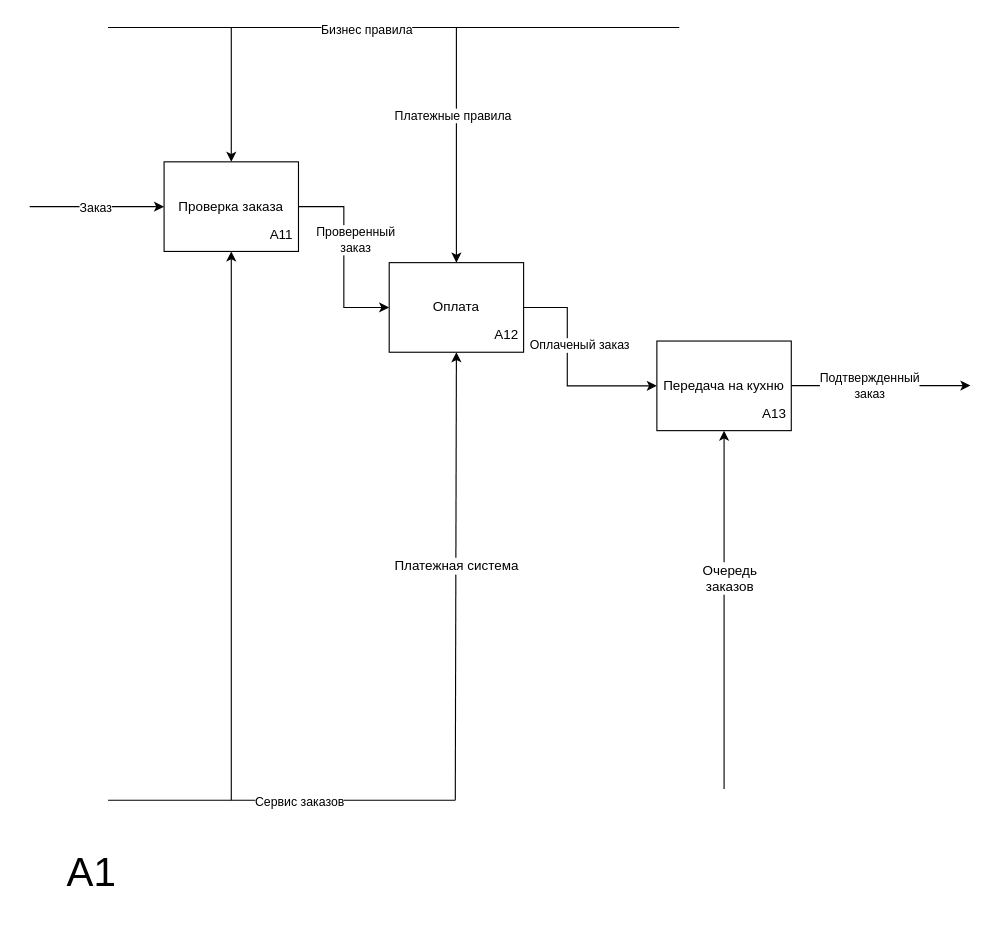
Above: page "Диаграмма декомпозиции А1" (3 of 5) of Диаграмма доставка.drawio in LEOVBOX/idef0_mobile_app (draw.io), before the change. Source tidied: cells renumbered, new cells numbered last; positions are measured from the earlier drawing's top-left corner, leaving out a move shared by most shapes. Both pictures are drawn from the tidied source at 112%, with x=0, y=0 at pixel (19, 27).
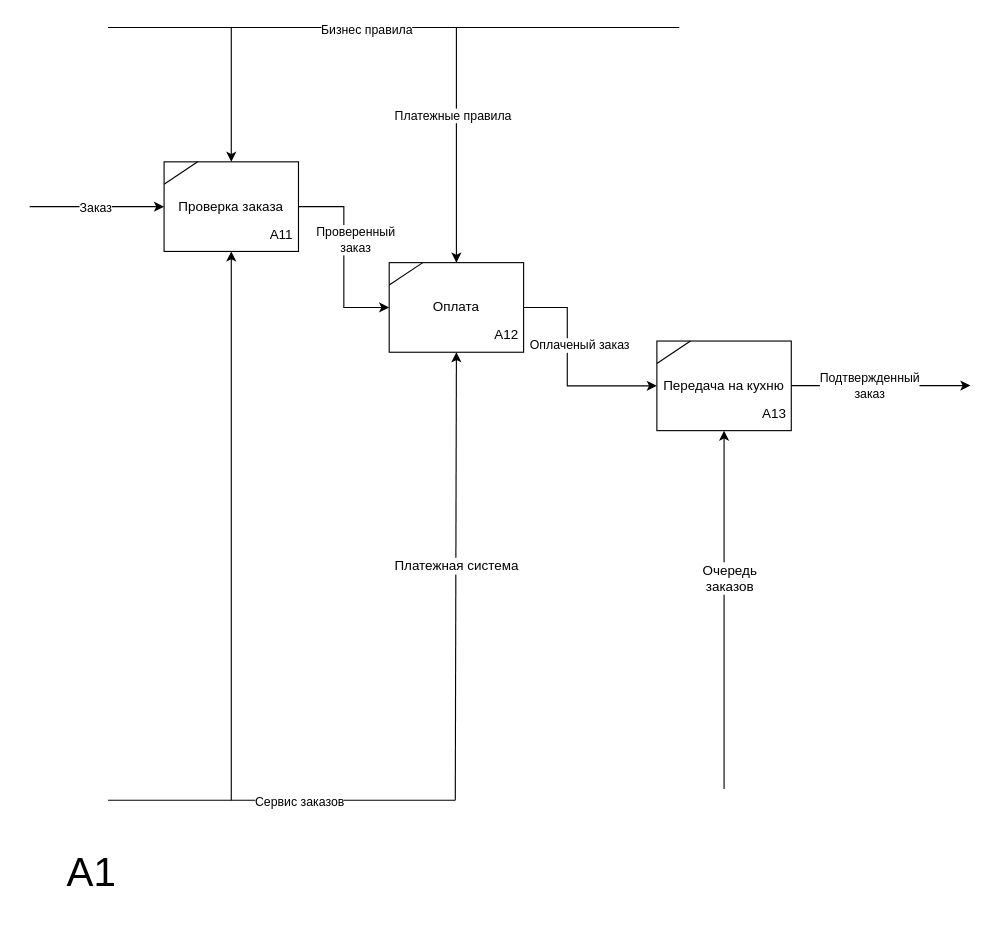
The same diagram, later.

The change refers to these unchanged cells:
```xml
<mxCell id="3" style="group;verticalAlign=top;" parent="1" vertex="1">
  <mxGeometry x="129" y="120" width="120" height="80" as="geometry" />
</mxCell>
<mxCell id="8" value="Проверка заказа" style="rounded=0;whiteSpace=wrap;html=1;fillColor=none;" parent="3" vertex="1">
  <mxGeometry width="120" height="80" as="geometry" />
</mxCell>
<mxCell id="10" style="group;" parent="1" vertex="1">
  <mxGeometry x="330" y="210" width="120" height="80" as="geometry" />
</mxCell>
<mxCell id="15" style="group;" parent="1" vertex="1">
  <mxGeometry x="569" y="280" width="120" height="80" as="geometry" />
</mxCell>
```

The edit, as a diff of the source:
```diff
@@
+    <mxCell id="31" style="endArrow=none;html=1;rounded=0;entryX=0.25;entryY=0;entryDx=0;entryDy=0;exitX=0;exitY=0.25;exitDx=0;exitDy=0;" parent="3" edge="1" source="8" target="8">
+      <mxGeometry relative="1" as="geometry" />
+    </mxCell>
@@
+    <mxCell id="32" style="endArrow=none;html=1;rounded=0;entryX=0.25;entryY=0;entryDx=0;entryDy=0;exitX=0;exitY=0.25;exitDx=0;exitDy=0;" parent="10" edge="1">
+      <mxGeometry relative="1" as="geometry">
+        <mxPoint y="20" as="sourcePoint" />
+        <mxPoint x="30" as="targetPoint" />
+      </mxGeometry>
+    </mxCell>
@@
+    <mxCell id="33" style="endArrow=none;html=1;rounded=0;entryX=0.25;entryY=0;entryDx=0;entryDy=0;exitX=0;exitY=0.25;exitDx=0;exitDy=0;" parent="15" edge="1">
+      <mxGeometry relative="1" as="geometry">
+        <mxPoint y="20" as="sourcePoint" />
+        <mxPoint x="30" as="targetPoint" />
+      </mxGeometry>
+    </mxCell>
```
